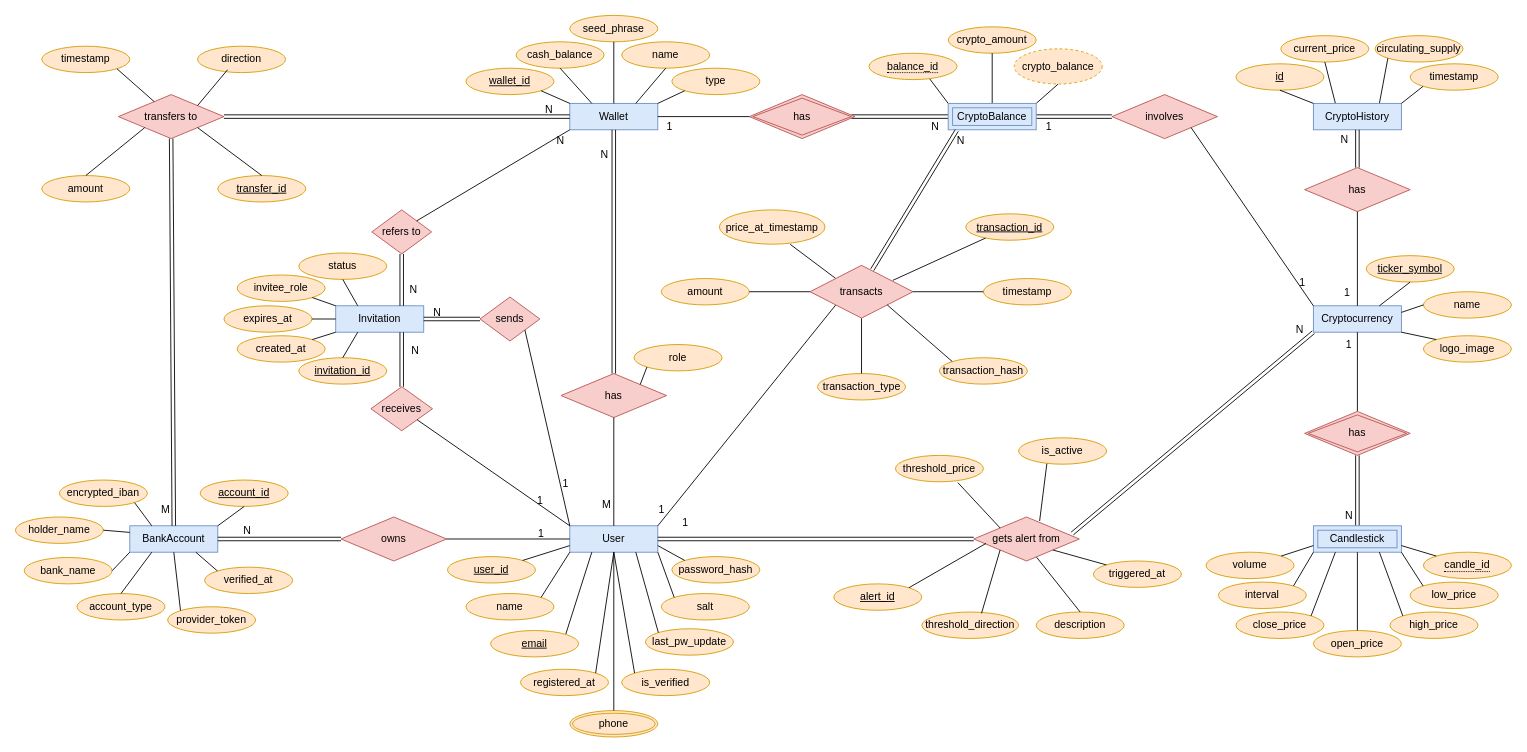
georrous6/Databases keeps this draw.io diagram as deliverable-1-corrections/ER-diagram/ER_diagram.drawio. Above is the earlier version. Source tidied: cells renumbered, new cells numbered last; positions are measured from the earlier drawing's top-left corner, leaving out a move shared by most shapes. Both pictures are drawn from the tidied source at 88%, with x=0, y=0 at pixel (15, 15).
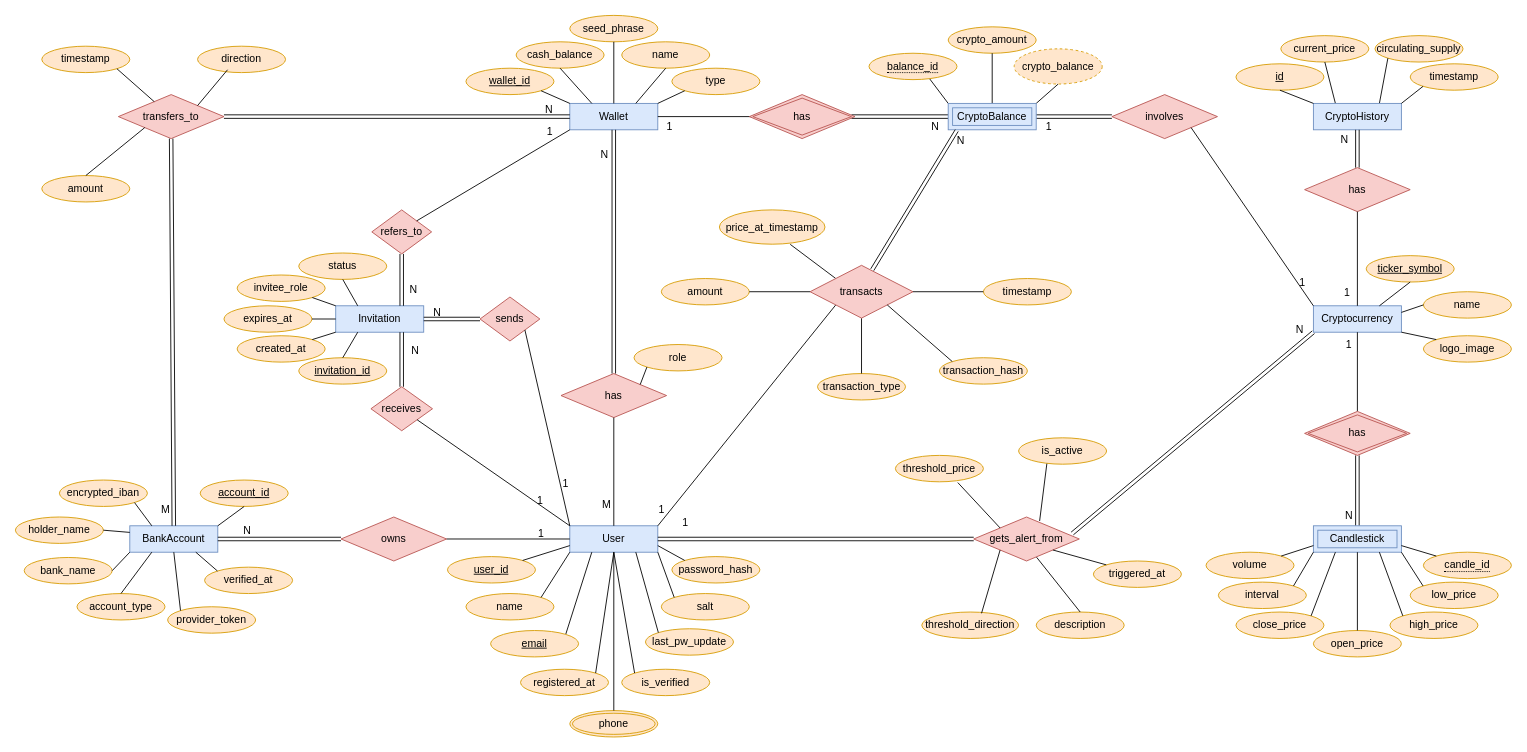
Above is the later version.

Commit message (it also covers changes not shown here):
Fix ER, RS diagrams and sections 1, 2 and 3

Unchanged cells that the change refers to:
```xml
<mxCell id="139" value="transacts" style="shape=rhombus;perimeter=rhombusPerimeter;whiteSpace=wrap;html=1;align=center;fillColor=#f8cecc;strokeColor=#b85450;" parent="1" vertex="1">
  <mxGeometry x="903" y="284" width="117" height="60" as="geometry" />
</mxCell>
<mxCell id="174" style="shape=link;html=1;rounded=0;entryX=0;entryY=0.5;entryDx=0;entryDy=0;exitX=1;exitY=0.5;exitDx=0;exitDy=0;" parent="1" edge="1" source="33" target="20">
  <mxGeometry relative="1" as="geometry" />
</mxCell>
```

The edit, as a diff of the source:
```diff
@@
-    <mxCell id="33" value="transfers to" style="shape=rhombus;perimeter=rhombusPerimeter;whiteSpace=wrap;html=1;align=center;fillColor=#f8cecc;strokeColor=#b85450;" parent="1" vertex="1">
+    <mxCell id="33" value="transfers_to" style="shape=rhombus;perimeter=rhombusPerimeter;whiteSpace=wrap;html=1;align=center;fillColor=#f8cecc;strokeColor=#b85450;" parent="1" vertex="1">
       <mxGeometry x="117" y="90" width="120" height="50" as="geometry" />
     </mxCell>
@@
-    <mxCell id="51" value="gets alert from" style="shape=rhombus;perimeter=rhombusPerimeter;whiteSpace=wrap;html=1;align=center;fillColor=#f8cecc;strokeColor=#b85450;" parent="1" vertex="1">
+    <mxCell id="51" value="gets_alert_from" style="shape=rhombus;perimeter=rhombusPerimeter;whiteSpace=wrap;html=1;align=center;fillColor=#f8cecc;strokeColor=#b85450;" parent="1" vertex="1">
       <mxGeometry x="1089" y="570" width="120" height="50" as="geometry" />
     </mxCell>
@@
-    <mxCell id="132" value="refers to" style="shape=rhombus;perimeter=rhombusPerimeter;whiteSpace=wrap;html=1;align=center;fillColor=#f8cecc;strokeColor=#b85450;" parent="1" vertex="1">
+    <mxCell id="132" value="refers_to" style="shape=rhombus;perimeter=rhombusPerimeter;whiteSpace=wrap;html=1;align=center;fillColor=#f8cecc;strokeColor=#b85450;" parent="1" vertex="1">
       <mxGeometry x="405" y="221" width="68" height="50" as="geometry" />
     </mxCell>
@@
-    <mxCell id="175" value="N" style="html=1;whiteSpace=wrap;align=right;verticalAlign=bottom;" parent="174" vertex="1">
+    <mxCell id="175" value="1" style="html=1;whiteSpace=wrap;align=right;verticalAlign=bottom;" parent="174" vertex="1">
       <mxGeometry x="1" relative="1" as="geometry">
-        <mxPoint x="-5" y="36" as="offset" />
+        <mxPoint x="-18" y="25" as="offset" />
       </mxGeometry>
     </mxCell>
@@
-    <mxCell id="183" value="alert_id" style="ellipse;whiteSpace=wrap;html=1;align=center;fontStyle=4;fillColor=#ffe6cc;strokeColor=#d79b00;" parent="1" vertex="1">
-      <mxGeometry x="930" y="646" width="100" height="30" as="geometry" />
-    </mxCell>
-    <mxCell id="184" style="endArrow=none;html=1;exitX=1;exitY=0;exitDx=0;exitDy=0;" parent="1" edge="1" source="183">
-      <mxGeometry relative="1" as="geometry">
-        <mxPoint x="1103" y="600" as="targetPoint" />
-      </mxGeometry>
-    </mxCell>
-    <mxCell id="185" value="transfer_id" style="ellipse;whiteSpace=wrap;html=1;align=center;fontStyle=4;fillColor=#ffe6cc;strokeColor=#d79b00;" parent="1" vertex="1">
-      <mxGeometry x="230" y="182" width="100" height="30" as="geometry" />
-    </mxCell>
-    <mxCell id="186" style="endArrow=none;html=1;exitX=1;exitY=1;exitDx=0;exitDy=0;entryX=0.5;entryY=0;entryDx=0;entryDy=0;" parent="1" edge="1" source="33" target="185">
-      <mxGeometry relative="1" as="geometry" />
-    </mxCell>
-    <mxCell id="187" value="transaction_id" style="ellipse;whiteSpace=wrap;html=1;align=center;fontStyle=4;fillColor=#ffe6cc;strokeColor=#d79b00;" parent="1" vertex="1">
-      <mxGeometry x="1080" y="225.5" width="100" height="30" as="geometry" />
-    </mxCell>
-    <mxCell id="188" style="endArrow=none;html=1;exitX=0.804;exitY=0.285;exitDx=0;exitDy=0;exitPerimeter=0;" parent="1" edge="1" source="139" target="187">
-      <mxGeometry relative="1" as="geometry" />
-    </mxCell>
```
